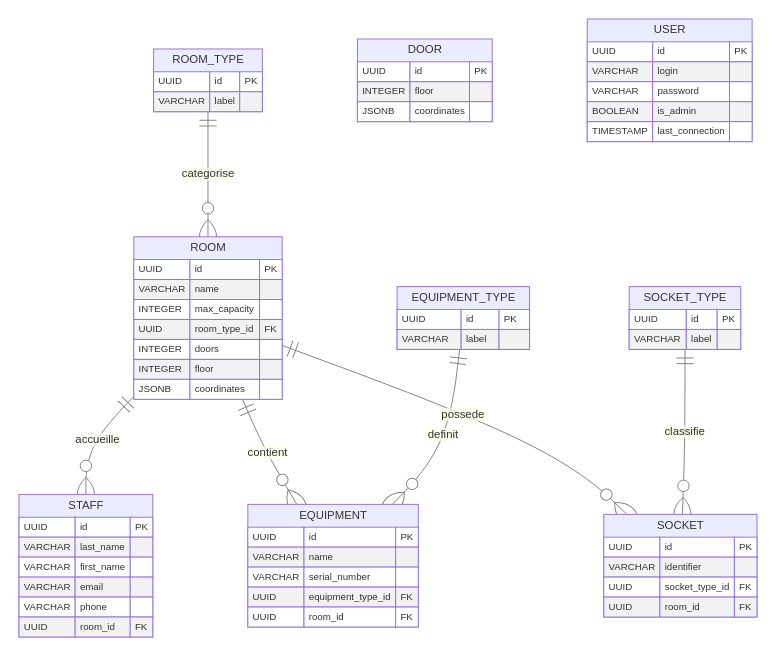
Earlier version of the Mermaid export rapport/img/schema_db.png (HugoMagret/Gestion_locaux). Its source is kept beside it as rapport/img/schema_db.mmd.
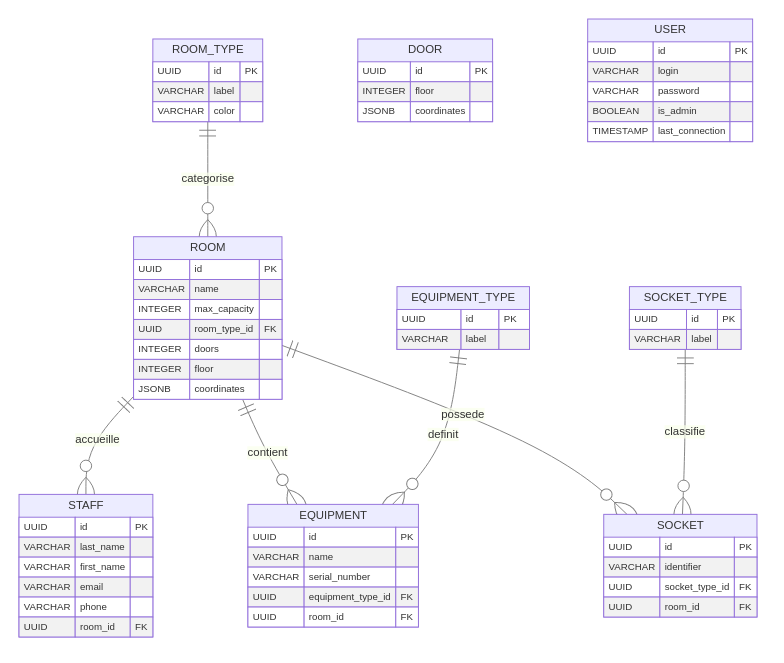
After the commit.

What changed in the source:
```diff
@@ -22,9 +22,11 @@
         JSONB coordinates
     }
 
+
     ROOM_TYPE {
         UUID id PK
         VARCHAR label
+        VARCHAR color
     }
 
     STAFF {
```
